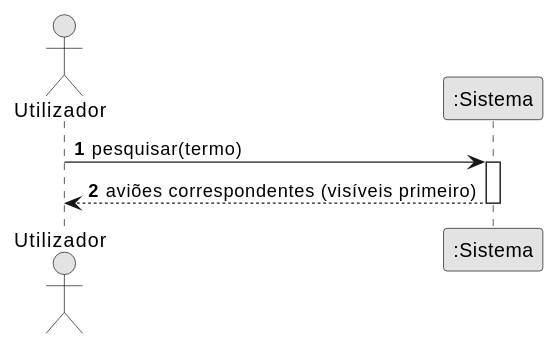
Before: docs/system-documentation/use-cases/US09/svg/ssd_us09.svg, a diagram exported from PlantUML (miguelsiilva1/SkyTracer). Its diagram source:
```plantuml
@startuml
autonumber
skinparam monochrome true
actor "Utilizador" as U
participant ":Sistema" as S

U -> S : pesquisar(termo)
activate S
S --> U : aviões correspondentes (visíveis primeiro)
deactivate S
@enduml
```
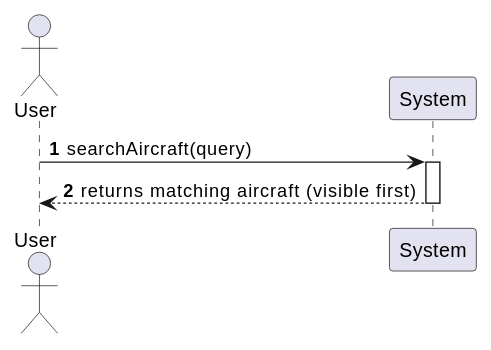
The same diagram one commit later.

What changed in the source:
```diff
@@ -1,11 +1,10 @@
 @startuml
 autonumber
-skinparam monochrome true
-actor "Utilizador" as U
-participant ":Sistema" as S
+actor "User" as A
+participant "System" as S
 
-U -> S : pesquisar(termo)
+A -> S : searchAircraft(query)
 activate S
-S --> U : aviões correspondentes (visíveis primeiro)
+S --> A : returns matching aircraft (visible first)
 deactivate S
 @enduml
```
